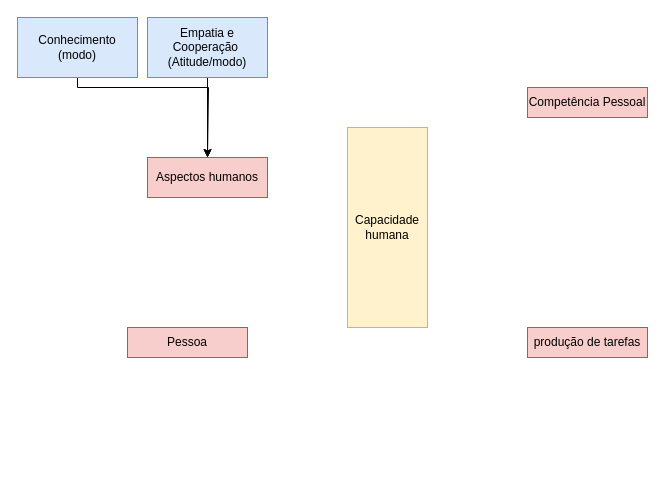
Earlier version of the draw.io diagram page "Página-5" (5 of 5) of Cópia do Ontologia_v1.drawio (RosianeSangali/RosianeSangali). Source tidied: cells renumbered, new cells numbered last; positions are measured from the earlier drawing's top-left corner, leaving out a move shared by most shapes. Both pictures are drawn from the tidied source at 100%, with x=0, y=0 at pixel (17, 17).
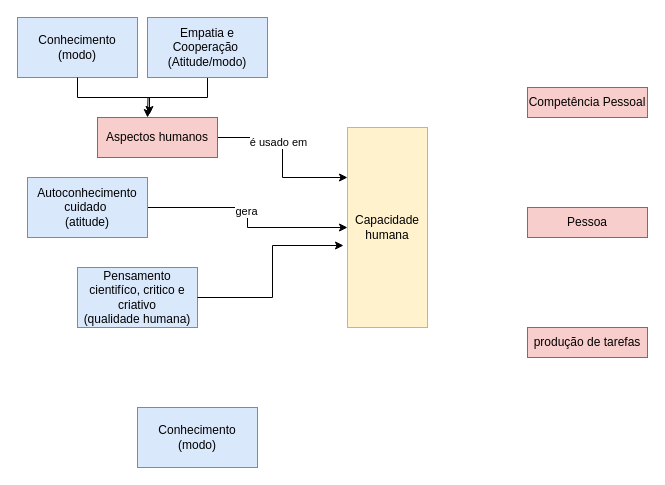
The same page after the edit.

Change to the diagram source:
```diff
@@
 <mxGraphModel>
   <root>
     <mxCell id="0" />
     <mxCell id="1" parent="0" />
     <mxCell id="2" value="Capacidade humana" style="rounded=0;whiteSpace=wrap;html=1;fillColor=#fff2cc;strokeColor=#d6b656;" parent="1" vertex="1">
       <mxGeometry x="330" y="110" width="80" height="200" as="geometry" />
     </mxCell>
+    <mxCell id="11" style="edgeStyle=orthogonalEdgeStyle;rounded=0;jettySize=auto;html=1;entryX=0;entryY=0.25;entryDx=0;entryDy=0;" parent="1" edge="1" source="3" target="2">
+      <mxGeometry relative="1" as="geometry" />
+    </mxCell>
+    <mxCell id="12" value="é usado em" style="edgeLabel;html=1;align=center;verticalAlign=middle;" parent="11" vertex="1">
+      <mxGeometry x="-0.29" y="-4" relative="1" as="geometry" />
+    </mxCell>
     <mxCell id="3" value="Aspectos humanos" style="whiteSpace=wrap;html=1;rounded=0;fillColor=#f8cecc;strokeColor=#b85450;" parent="1" vertex="1">
-      <mxGeometry x="130" y="140" width="120" height="40" as="geometry" />
+      <mxGeometry x="80" y="100" width="120" height="40" as="geometry" />
     </mxCell>
     <mxCell id="4" value="Competência Pessoal" style="whiteSpace=wrap;html=1;rounded=0;fillColor=#f8cecc;strokeColor=#b85450;" parent="1" vertex="1">
       <mxGeometry x="510" y="70" width="120" height="30" as="geometry" />
     </mxCell>
     <mxCell id="5" value="Pessoa" style="whiteSpace=wrap;html=1;rounded=0;fillColor=#f8cecc;strokeColor=#b85450;" parent="1" vertex="1">
-      <mxGeometry x="110" y="310" width="120" height="30" as="geometry" />
+      <mxGeometry x="510" y="190" width="120" height="30" as="geometry" />
     </mxCell>
     <mxCell id="6" value="produção de tarefas" style="whiteSpace=wrap;html=1;rounded=0;fillColor=#f8cecc;strokeColor=#b85450;" parent="1" vertex="1">
       <mxGeometry x="510" y="310" width="120" height="30" as="geometry" />
     </mxCell>
-    <mxCell id="7" style="edgeStyle=orthogonalEdgeStyle;rounded=0;jettySize=auto;html=1;" parent="1" edge="1" source="8" target="3">
-      <mxGeometry relative="1" as="geometry" />
-    </mxCell>
+    <mxCell id="13" style="edgeStyle=orthogonalEdgeStyle;rounded=0;jettySize=auto;html=1;" parent="1" edge="1" source="8">
+      <mxGeometry relative="1" as="geometry">
+        <mxPoint x="130" y="100" as="targetPoint" />
+      </mxGeometry>
+    </mxCell>
     <mxCell id="8" value="Empatia e Cooperação&amp;nbsp;&lt;div&gt;(Atitude/modo)&lt;/div&gt;" style="whiteSpace=wrap;html=1;fillColor=#dae8fc;strokeColor=#6c8ebf;rounded=0;" parent="1" vertex="1">
       <mxGeometry x="130" width="120" height="60" as="geometry" />
     </mxCell>
-    <mxCell id="9" style="edgeStyle=orthogonalEdgeStyle;rounded=0;jettySize=auto;html=1;" parent="1" edge="1" source="10">
-      <mxGeometry relative="1" as="geometry">
-        <mxPoint x="190" y="140" as="targetPoint" />
-        <Array as="points">
-          <mxPoint x="60" y="70" />
-          <mxPoint x="191" y="70" />
-        </Array>
-      </mxGeometry>
-    </mxCell>
     <mxCell id="10" value="Conhecimento&lt;div&gt;(modo)&lt;/div&gt;" style="whiteSpace=wrap;html=1;fillColor=#dae8fc;strokeColor=#6c8ebf;rounded=0;" parent="1" vertex="1">
       <mxGeometry width="120" height="60" as="geometry" />
     </mxCell>
+    <mxCell id="14" style="edgeStyle=orthogonalEdgeStyle;rounded=0;jettySize=auto;html=1;entryX=0.433;entryY=-0.075;entryDx=0;entryDy=0;entryPerimeter=0;" parent="1" edge="1" source="10" target="3">
+      <mxGeometry relative="1" as="geometry" />
+    </mxCell>
+    <mxCell id="15" style="edgeStyle=orthogonalEdgeStyle;rounded=0;jettySize=auto;html=1;entryX=0;entryY=0.5;entryDx=0;entryDy=0;" parent="1" edge="1" source="17" target="2">
+      <mxGeometry relative="1" as="geometry" />
+    </mxCell>
+    <mxCell id="16" value="gera" style="edgeLabel;html=1;align=center;verticalAlign=middle;" parent="15" vertex="1">
+      <mxGeometry x="-0.06" y="-2" relative="1" as="geometry" />
+    </mxCell>
+    <mxCell id="17" value="Autoconhecimento cuidado&amp;nbsp;&lt;div&gt;(atitude)&lt;/div&gt;" style="whiteSpace=wrap;html=1;fillColor=#dae8fc;strokeColor=#6c8ebf;rounded=0;" parent="1" vertex="1">
+      <mxGeometry x="10" y="160" width="120" height="60" as="geometry" />
+    </mxCell>
+    <mxCell id="18" value="Pensamento cientifíco, critico e criativo&lt;div&gt;(qualidade humana)&lt;/div&gt;" style="whiteSpace=wrap;html=1;fillColor=#dae8fc;strokeColor=#6c8ebf;rounded=0;" parent="1" vertex="1">
+      <mxGeometry x="60" y="250" width="120" height="60" as="geometry" />
+    </mxCell>
+    <mxCell id="19" value="Conhecimento&lt;div&gt;(modo)&lt;/div&gt;" style="whiteSpace=wrap;html=1;fillColor=#dae8fc;strokeColor=#6c8ebf;rounded=0;" parent="1" vertex="1">
+      <mxGeometry x="120" y="390" width="120" height="60" as="geometry" />
+    </mxCell>
+    <mxCell id="20" style="edgeStyle=orthogonalEdgeStyle;rounded=0;jettySize=auto;html=1;entryX=-0.05;entryY=0.59;entryDx=0;entryDy=0;entryPerimeter=0;" parent="1" edge="1" source="18" target="2">
+      <mxGeometry relative="1" as="geometry" />
+    </mxCell>
   </root>
 </mxGraphModel>
```
